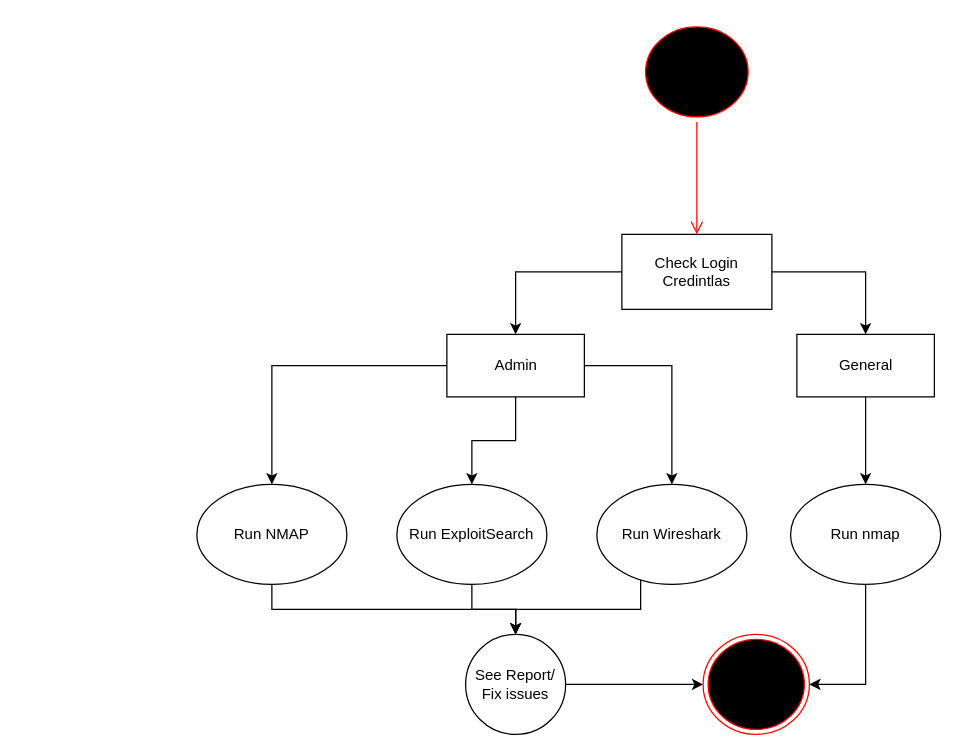
illusion173/NetBox keeps this draw.io diagram as State_Diagram.drawio. Above is the earlier version. Source tidied: cells renumbered, new cells numbered last; positions are measured from the earlier drawing's top-left corner, leaving out a move shared by most shapes. Both pictures are drawn from the tidied source at 125%, with x=0, y=0 at pixel (196, 21).
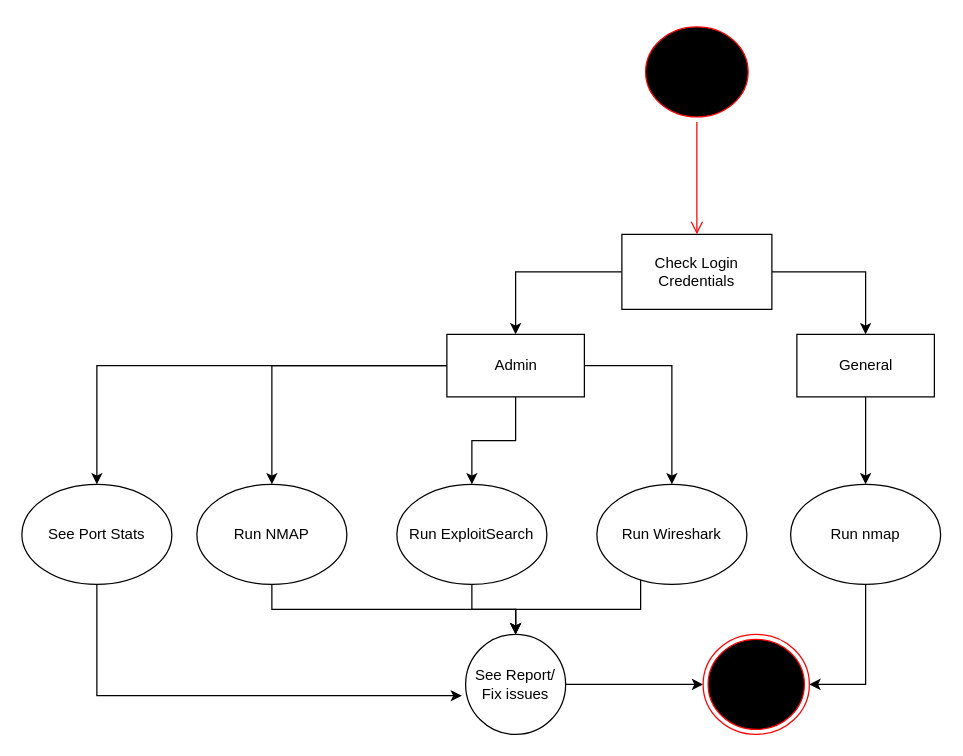
The same diagram, later.

The change refers to these unchanged cells:
```xml
<mxCell id="7" value="&lt;div&gt;See Report/&lt;/div&gt;&lt;div&gt;Fix issues&lt;br&gt;&lt;/div&gt;" style="ellipse;whiteSpace=wrap;html=1;" parent="1" vertex="1">
  <mxGeometry x="215" y="490" width="80" height="80" as="geometry" />
</mxCell>
<mxCell id="14" value="Admin " style="html=1;" parent="1" vertex="1">
  <mxGeometry x="200" y="250" width="110" height="50" as="geometry" />
</mxCell>
```

The edit, as a diff of the source:
```diff
@@
+    <mxCell id="24" style="edgeStyle=orthogonalEdgeStyle;rounded=0;jettySize=auto;html=1;entryX=0.5;entryY=0;entryDx=0;entryDy=0;" parent="1" edge="1" source="14" target="26">
+      <mxGeometry relative="1" as="geometry" />
+    </mxCell>
@@
-    <mxCell id="19" value="Check Login Credintlas" style="rounded=0;whiteSpace=wrap;html=1;" parent="1" vertex="1">
+    <mxCell id="19" value="&lt;div&gt;Check Login Credentials&lt;/div&gt;" style="rounded=0;whiteSpace=wrap;html=1;" parent="1" vertex="1">
       <mxGeometry x="340" y="170" width="120" height="60" as="geometry" />
     </mxCell>
@@
+    <mxCell id="25" style="edgeStyle=orthogonalEdgeStyle;rounded=0;jettySize=auto;html=1;entryX=-0.037;entryY=0.613;entryDx=0;entryDy=0;entryPerimeter=0;" parent="1" edge="1" source="26" target="7">
+      <mxGeometry relative="1" as="geometry">
+        <Array as="points">
+          <mxPoint x="-80" y="539" />
+        </Array>
+      </mxGeometry>
+    </mxCell>
+    <mxCell id="26" value="&lt;div&gt;See Port Stats&lt;/div&gt;" style="ellipse;whiteSpace=wrap;html=1;" parent="1" vertex="1">
+      <mxGeometry x="-140" y="370" width="120" height="80" as="geometry" />
+    </mxCell>
```
